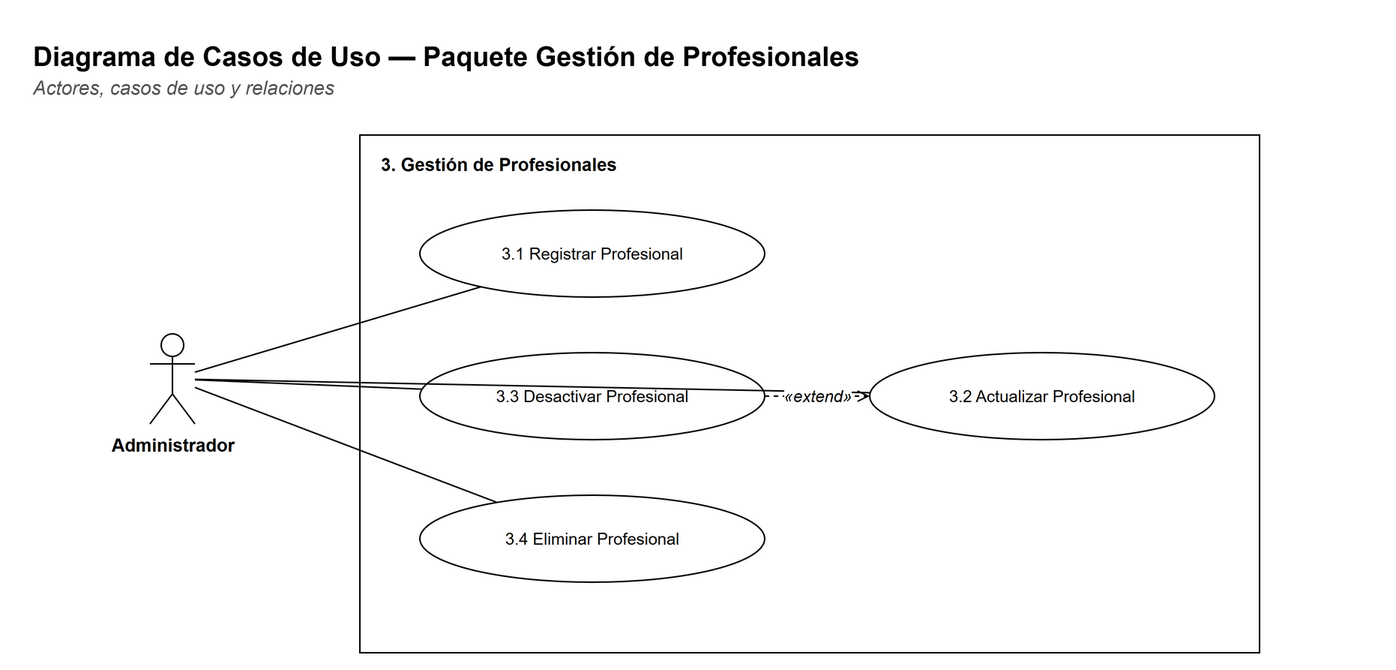
This is docs/diagramas/paquete-profesionales-casos.png from Matiglorioso/kineturnos, a draw.io export, as it was before one commit. Source tidied: cells renumbered, new cells last; positions are measured from the earlier drawing's top-left corner, leaving out a move shared by most shapes. Its diagram source:
```xml
<mxGraphModel background="#FFFFFF">
  <root>
    <mxCell id="0" />
    <mxCell id="1" parent="0" />
    <mxCell id="2" value="&lt;b&gt;Diagrama de Casos de Uso — Paquete Gestión de Profesionales&lt;/b&gt;" style="text;html=1;strokeColor=none;fillColor=none;align=left;verticalAlign=top;whiteSpace=wrap;fontFamily=Helvetica;fontSize=18;" parent="1" vertex="1">
      <mxGeometry width="900" height="26" as="geometry" />
    </mxCell>
    <mxCell id="3" value="&lt;i&gt;Actores, casos de uso y relaciones&lt;/i&gt;" style="text;html=1;strokeColor=none;fillColor=none;align=left;verticalAlign=top;whiteSpace=wrap;fontFamily=Helvetica;fontSize=13;fontColor=#555555;" parent="1" vertex="1">
      <mxGeometry y="24" width="900" height="20" as="geometry" />
    </mxCell>
    <mxCell id="4" style="rounded=0;whiteSpace=wrap;html=1;fillColor=#FFFFFF;strokeColor=#000000;fontFamily=Helvetica;fontSize=12;verticalAlign=top;" parent="1" vertex="1">
      <mxGeometry x="220" y="70" width="600" height="345" as="geometry" />
    </mxCell>
    <mxCell id="5" value="&lt;b&gt;3. Gestión de Profesionales&lt;/b&gt;" style="text;html=1;strokeColor=none;fillColor=none;align=left;verticalAlign=top;whiteSpace=wrap;fontFamily=Helvetica;fontSize=12;" parent="1" vertex="1">
      <mxGeometry x="232" y="76" width="580" height="20" as="geometry" />
    </mxCell>
    <mxCell id="6" value="3.1 Registrar Profesional" style="ellipse;whiteSpace=wrap;html=1;fillColor=#FFFFFF;strokeColor=#000000;fontFamily=Helvetica;fontSize=11;" parent="1" vertex="1">
      <mxGeometry x="260" y="120" width="230" height="58" as="geometry" />
    </mxCell>
    <mxCell id="7" value="3.3 Desactivar Profesional" style="ellipse;whiteSpace=wrap;html=1;fillColor=#FFFFFF;strokeColor=#000000;fontFamily=Helvetica;fontSize=11;" parent="1" vertex="1">
      <mxGeometry x="260" y="215" width="230" height="58" as="geometry" />
    </mxCell>
    <mxCell id="8" value="3.4 Eliminar Profesional" style="ellipse;whiteSpace=wrap;html=1;fillColor=#FFFFFF;strokeColor=#000000;fontFamily=Helvetica;fontSize=11;" parent="1" vertex="1">
      <mxGeometry x="260" y="310" width="230" height="58" as="geometry" />
    </mxCell>
    <mxCell id="9" value="3.2 Actualizar Profesional" style="ellipse;whiteSpace=wrap;html=1;fillColor=#FFFFFF;strokeColor=#000000;fontFamily=Helvetica;fontSize=11;" parent="1" vertex="1">
      <mxGeometry x="560" y="215" width="230" height="58" as="geometry" />
    </mxCell>
    <mxCell id="10" value="Administrador" style="shape=umlActor;verticalLabelPosition=bottom;verticalAlign=top;html=1;outlineConnect=0;fillColor=#FFFFFF;strokeColor=#000000;fontFamily=Helvetica;fontSize=12;fontStyle=1;" parent="1" vertex="1">
      <mxGeometry x="80" y="202.5" width="30" height="60" as="geometry" />
    </mxCell>
    <mxCell id="11" style="edgeStyle=none;html=1;endArrow=none;endFill=0;strokeColor=#000000;fontFamily=Helvetica;fontSize=11;labelBackgroundColor=#FFFFFF;" parent="1" edge="1" source="10" target="6">
      <mxGeometry relative="1" as="geometry" />
    </mxCell>
    <mxCell id="12" style="edgeStyle=none;html=1;endArrow=none;endFill=0;strokeColor=#000000;fontFamily=Helvetica;fontSize=11;labelBackgroundColor=#FFFFFF;" parent="1" edge="1" source="10" target="9">
      <mxGeometry relative="1" as="geometry" />
    </mxCell>
    <mxCell id="13" style="edgeStyle=none;html=1;endArrow=none;endFill=0;strokeColor=#000000;fontFamily=Helvetica;fontSize=11;labelBackgroundColor=#FFFFFF;" parent="1" edge="1" source="10" target="7">
      <mxGeometry relative="1" as="geometry" />
    </mxCell>
    <mxCell id="14" style="edgeStyle=none;html=1;endArrow=none;endFill=0;strokeColor=#000000;fontFamily=Helvetica;fontSize=11;labelBackgroundColor=#FFFFFF;" parent="1" edge="1" source="10" target="8">
      <mxGeometry relative="1" as="geometry" />
    </mxCell>
    <mxCell id="15" value="«extend»" style="edgeStyle=none;html=1;endArrow=open;endFill=0;strokeColor=#000000;fontFamily=Helvetica;fontSize=11;labelBackgroundColor=#FFFFFF;dashed=1;fontStyle=2;" parent="1" edge="1" source="7" target="9">
      <mxGeometry relative="1" as="geometry" />
    </mxCell>
  </root>
</mxGraphModel>
```
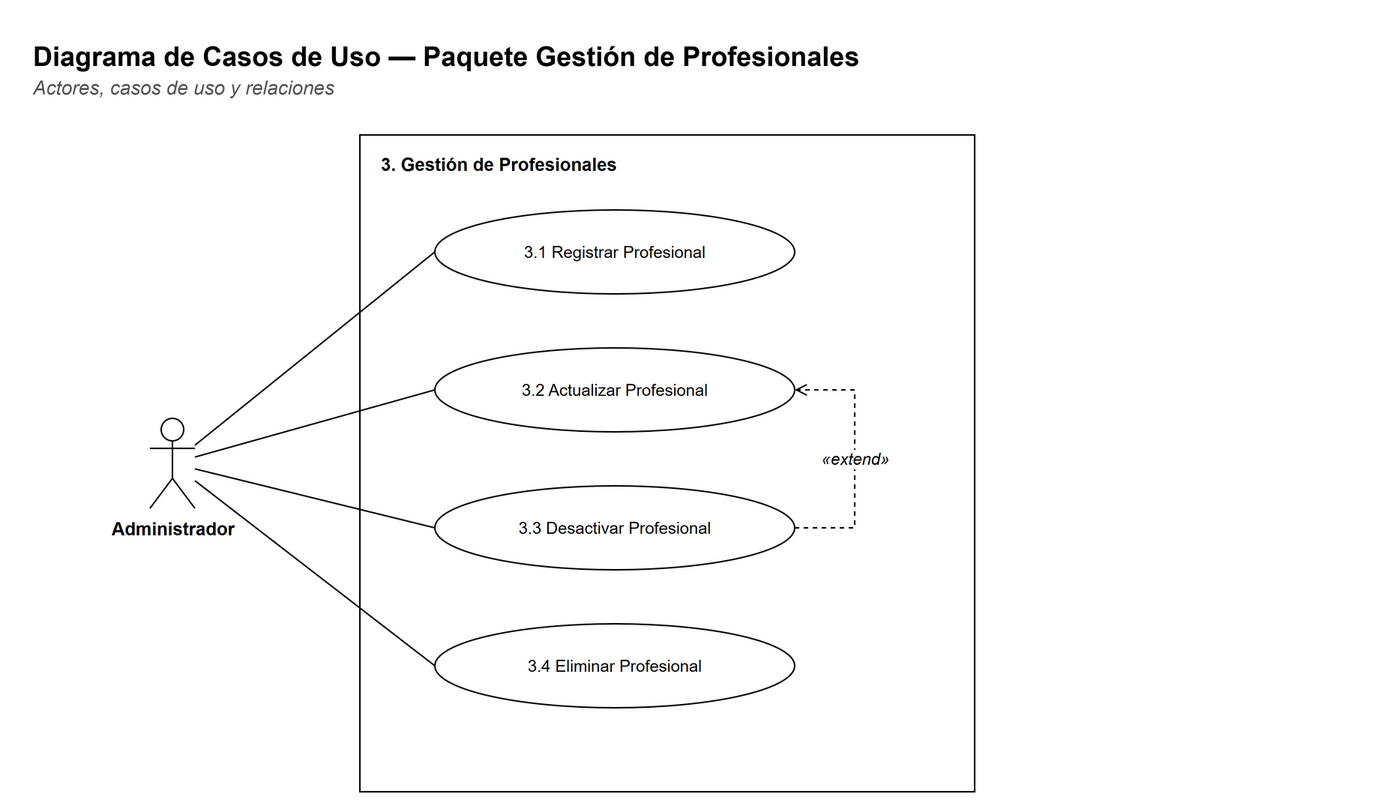
After the commit.

Change to the diagram source:
```diff
@@ -9,40 +9,45 @@
       <mxGeometry y="24" width="900" height="20" as="geometry" />
     </mxCell>
     <mxCell id="4" style="rounded=0;whiteSpace=wrap;html=1;fillColor=#FFFFFF;strokeColor=#000000;fontFamily=Helvetica;fontSize=12;verticalAlign=top;" parent="1" vertex="1">
-      <mxGeometry x="220" y="70" width="600" height="345" as="geometry" />
+      <mxGeometry x="220" y="70" width="410" height="438" as="geometry" />
     </mxCell>
     <mxCell id="5" value="&lt;b&gt;3. Gestión de Profesionales&lt;/b&gt;" style="text;html=1;strokeColor=none;fillColor=none;align=left;verticalAlign=top;whiteSpace=wrap;fontFamily=Helvetica;fontSize=12;" parent="1" vertex="1">
-      <mxGeometry x="232" y="76" width="580" height="20" as="geometry" />
+      <mxGeometry x="232" y="76" width="390" height="20" as="geometry" />
     </mxCell>
     <mxCell id="6" value="3.1 Registrar Profesional" style="ellipse;whiteSpace=wrap;html=1;fillColor=#FFFFFF;strokeColor=#000000;fontFamily=Helvetica;fontSize=11;" parent="1" vertex="1">
-      <mxGeometry x="260" y="120" width="230" height="58" as="geometry" />
+      <mxGeometry x="270" y="120" width="240" height="56" as="geometry" />
     </mxCell>
-    <mxCell id="7" value="3.3 Desactivar Profesional" style="ellipse;whiteSpace=wrap;html=1;fillColor=#FFFFFF;strokeColor=#000000;fontFamily=Helvetica;fontSize=11;" parent="1" vertex="1">
-      <mxGeometry x="260" y="215" width="230" height="58" as="geometry" />
+    <mxCell id="7" value="3.2 Actualizar Profesional" style="ellipse;whiteSpace=wrap;html=1;fillColor=#FFFFFF;strokeColor=#000000;fontFamily=Helvetica;fontSize=11;" parent="1" vertex="1">
+      <mxGeometry x="270" y="212" width="240" height="56" as="geometry" />
     </mxCell>
-    <mxCell id="8" value="3.4 Eliminar Profesional" style="ellipse;whiteSpace=wrap;html=1;fillColor=#FFFFFF;strokeColor=#000000;fontFamily=Helvetica;fontSize=11;" parent="1" vertex="1">
-      <mxGeometry x="260" y="310" width="230" height="58" as="geometry" />
+    <mxCell id="8" value="3.3 Desactivar Profesional" style="ellipse;whiteSpace=wrap;html=1;fillColor=#FFFFFF;strokeColor=#000000;fontFamily=Helvetica;fontSize=11;" parent="1" vertex="1">
+      <mxGeometry x="270" y="304" width="240" height="56" as="geometry" />
     </mxCell>
-    <mxCell id="9" value="3.2 Actualizar Profesional" style="ellipse;whiteSpace=wrap;html=1;fillColor=#FFFFFF;strokeColor=#000000;fontFamily=Helvetica;fontSize=11;" parent="1" vertex="1">
-      <mxGeometry x="560" y="215" width="230" height="58" as="geometry" />
+    <mxCell id="9" value="3.4 Eliminar Profesional" style="ellipse;whiteSpace=wrap;html=1;fillColor=#FFFFFF;strokeColor=#000000;fontFamily=Helvetica;fontSize=11;" parent="1" vertex="1">
+      <mxGeometry x="270" y="396" width="240" height="56" as="geometry" />
     </mxCell>
     <mxCell id="10" value="Administrador" style="shape=umlActor;verticalLabelPosition=bottom;verticalAlign=top;html=1;outlineConnect=0;fillColor=#FFFFFF;strokeColor=#000000;fontFamily=Helvetica;fontSize=12;fontStyle=1;" parent="1" vertex="1">
-      <mxGeometry x="80" y="202.5" width="30" height="60" as="geometry" />
+      <mxGeometry x="80" y="259" width="30" height="60" as="geometry" />
     </mxCell>
-    <mxCell id="11" style="edgeStyle=none;html=1;endArrow=none;endFill=0;strokeColor=#000000;fontFamily=Helvetica;fontSize=11;labelBackgroundColor=#FFFFFF;" parent="1" edge="1" source="10" target="6">
+    <mxCell id="11" style="edgeStyle=none;html=1;endArrow=none;endFill=0;strokeColor=#000000;fontFamily=Helvetica;fontSize=11;labelBackgroundColor=#FFFFFF;entryX=0;entryY=0.5;entryDx=0;entryDy=0;" parent="1" edge="1" source="10" target="6">
       <mxGeometry relative="1" as="geometry" />
     </mxCell>
-    <mxCell id="12" style="edgeStyle=none;html=1;endArrow=none;endFill=0;strokeColor=#000000;fontFamily=Helvetica;fontSize=11;labelBackgroundColor=#FFFFFF;" parent="1" edge="1" source="10" target="9">
+    <mxCell id="12" style="edgeStyle=none;html=1;endArrow=none;endFill=0;strokeColor=#000000;fontFamily=Helvetica;fontSize=11;labelBackgroundColor=#FFFFFF;entryX=0;entryY=0.5;entryDx=0;entryDy=0;" parent="1" edge="1" source="10" target="7">
       <mxGeometry relative="1" as="geometry" />
     </mxCell>
-    <mxCell id="13" style="edgeStyle=none;html=1;endArrow=none;endFill=0;strokeColor=#000000;fontFamily=Helvetica;fontSize=11;labelBackgroundColor=#FFFFFF;" parent="1" edge="1" source="10" target="7">
+    <mxCell id="13" style="edgeStyle=none;html=1;endArrow=none;endFill=0;strokeColor=#000000;fontFamily=Helvetica;fontSize=11;labelBackgroundColor=#FFFFFF;entryX=0;entryY=0.5;entryDx=0;entryDy=0;" parent="1" edge="1" source="10" target="8">
       <mxGeometry relative="1" as="geometry" />
     </mxCell>
-    <mxCell id="14" style="edgeStyle=none;html=1;endArrow=none;endFill=0;strokeColor=#000000;fontFamily=Helvetica;fontSize=11;labelBackgroundColor=#FFFFFF;" parent="1" edge="1" source="10" target="8">
+    <mxCell id="14" style="edgeStyle=none;html=1;endArrow=none;endFill=0;strokeColor=#000000;fontFamily=Helvetica;fontSize=11;labelBackgroundColor=#FFFFFF;entryX=0;entryY=0.5;entryDx=0;entryDy=0;" parent="1" edge="1" source="10" target="9">
       <mxGeometry relative="1" as="geometry" />
     </mxCell>
-    <mxCell id="15" value="«extend»" style="edgeStyle=none;html=1;endArrow=open;endFill=0;strokeColor=#000000;fontFamily=Helvetica;fontSize=11;labelBackgroundColor=#FFFFFF;dashed=1;fontStyle=2;" parent="1" edge="1" source="7" target="9">
-      <mxGeometry relative="1" as="geometry" />
+    <mxCell id="15" value="«extend»" style="edgeStyle=orthogonalEdgeStyle;rounded=0;html=1;endArrow=open;startArrow=none;endFill=0;startFill=0;strokeColor=#000000;fontFamily=Helvetica;fontSize=11;fontStyle=2;labelBackgroundColor=#FFFFFF;dashed=1;exitX=1;exitY=0.5;exitDx=0;exitDy=0;entryX=1;entryY=0.5;entryDx=0;entryDy=0;" parent="1" edge="1" source="8" target="7">
+      <mxGeometry relative="1" as="geometry">
+        <Array as="points">
+          <mxPoint x="550" y="332" />
+          <mxPoint x="550" y="240" />
+        </Array>
+      </mxGeometry>
     </mxCell>
   </root>
 </mxGraphModel>
```
